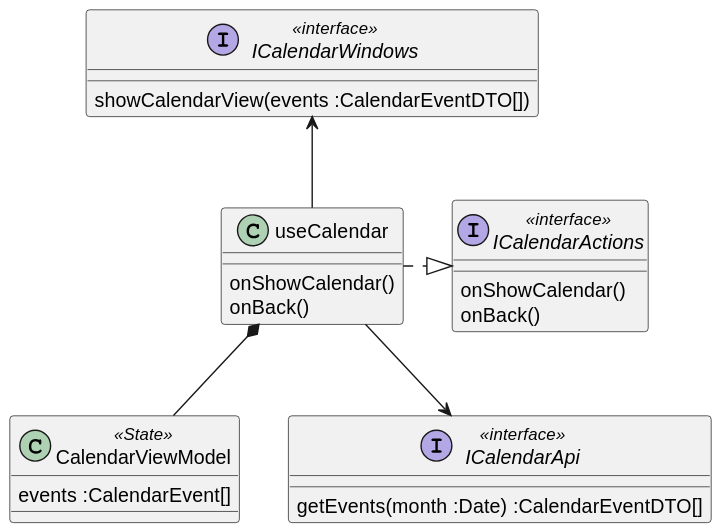
Before: diagrams/frontend/rendered/calendar-presenter.svg, a diagram exported from PlantUML (Igor-Ochocki/POP-2026Z).
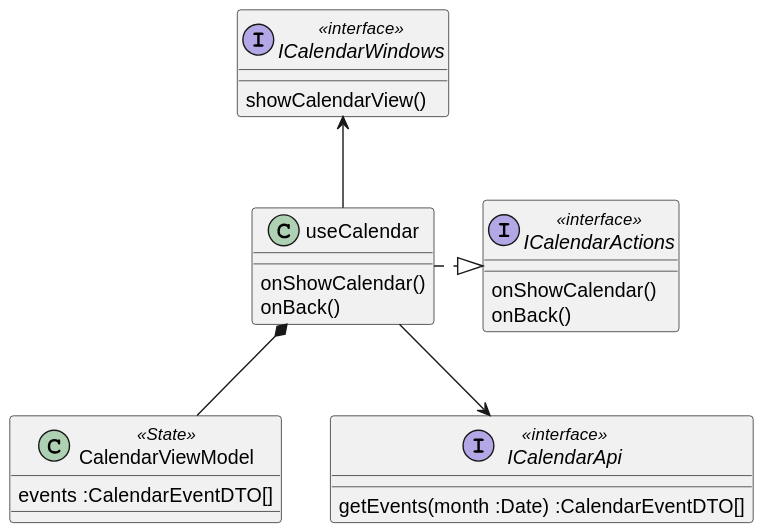
The same diagram one commit later.

Commit message:
PU1/fe: diagram poprawka

Change to the diagram source:
```diff
@@ -5,7 +5,7 @@
 }
 
 class CalendarViewModel <<State>> {
-events :CalendarEvent[]
+events :CalendarEventDTO[]
 }
 
 interface ICalendarActions <<interface>> {
@@ -24,6 +24,6 @@
 }
 
 interface ICalendarWindows <<interface>> {
-showCalendarView(events :CalendarEventDTO[])
+showCalendarView()
 }
 @enduml
```
